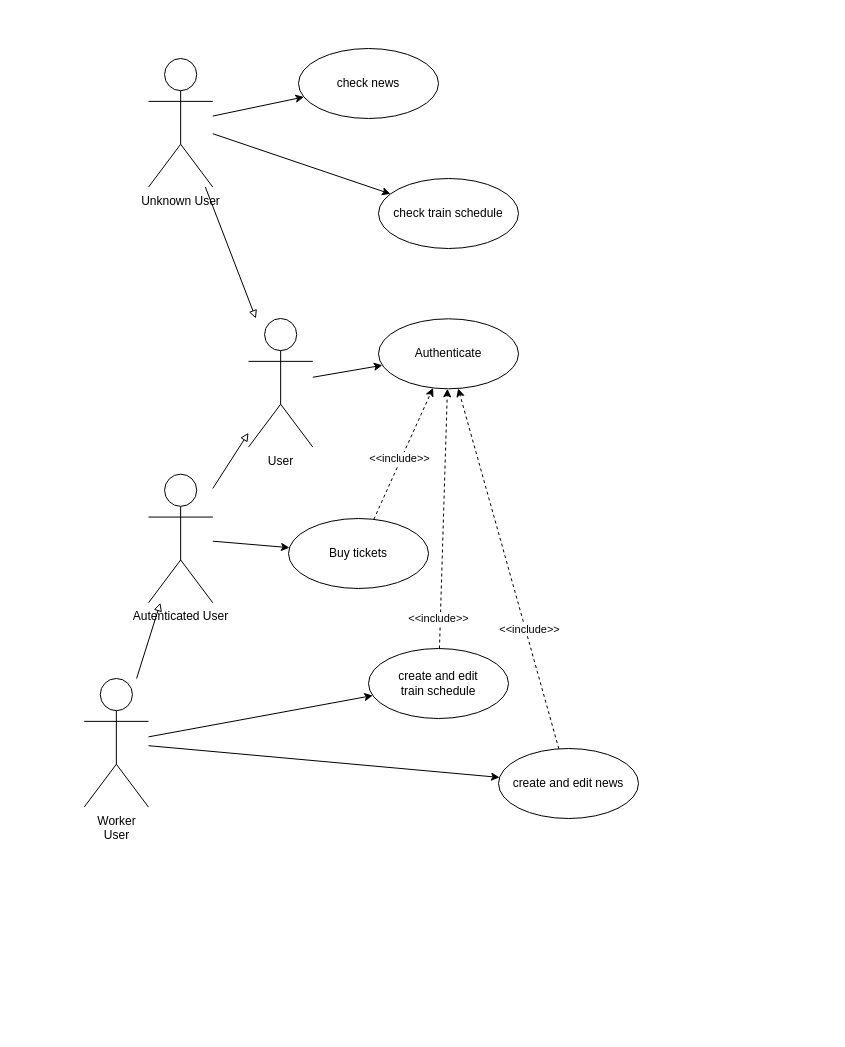
This is lab2/UC_diagram.drawio from quitefoggy/monkey_fell_in_love, a draw.io file, before an edit. Source tidied: cells renumbered, new cells numbered last; positions are measured from the earlier drawing's top-left corner, leaving out a move shared by most shapes. Both pictures are drawn from the tidied source at 100%, with x=0, y=0 at pixel (84, 48).
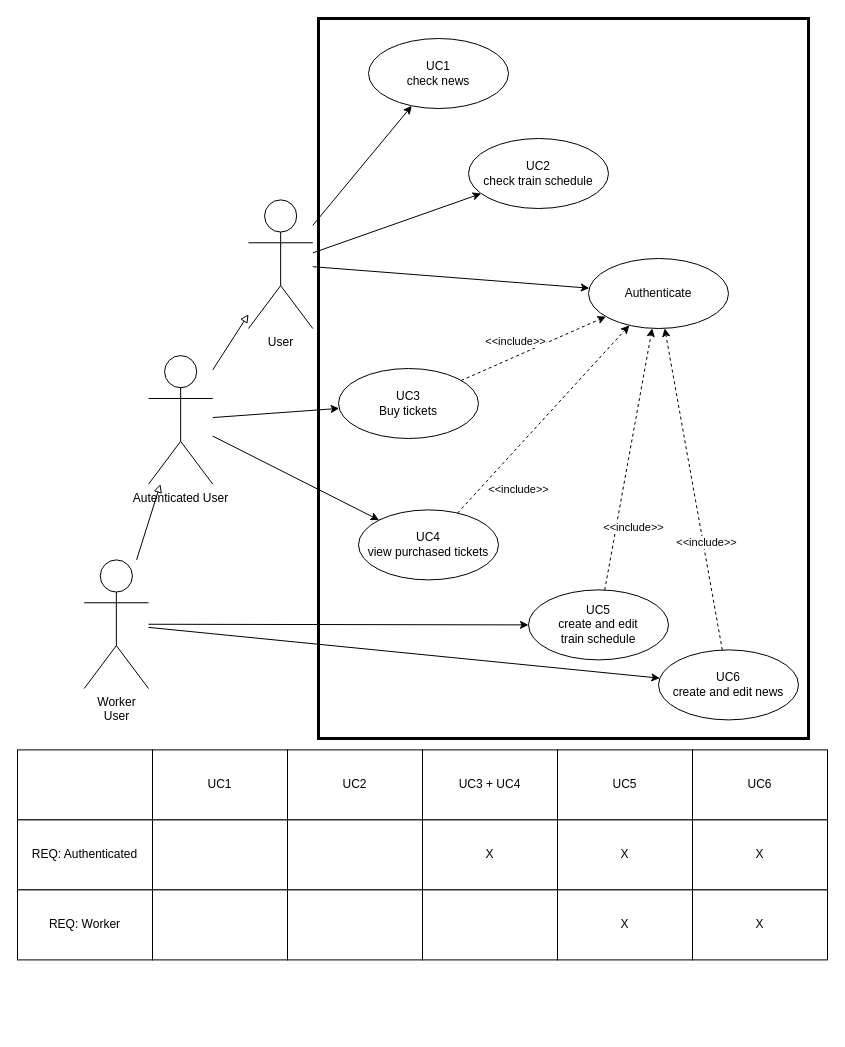
After the change.

Commit message (it also covers changes not shown here):
Додав EARS+NFR до лаб 2, також додав власне UC таблицю до drawio діаграми

The change refers to these unchanged cells:
```xml
<mxCell id="23" style="rounded=0;jettySize=auto;html=1;defaultLabelBackgroundColor=page;dashed=1;" parent="1" edge="1" source="11" target="7">
  <mxGeometry relative="1" as="geometry" />
</mxCell>
```

The edit, as a diff of the source:
```diff
@@
+    <mxCell id="27" style="rounded=0;whiteSpace=wrap;html=1;fillColor=none;strokeWidth=3;" parent="1" vertex="1">
+      <mxGeometry x="234" y="-30" width="490" height="720" as="geometry" />
+    </mxCell>
     <mxCell id="2" value="User" style="shape=umlActor;verticalLabelPosition=bottom;verticalAlign=top;html=1;labelPerimeter=1;" parent="1" vertex="1">
-      <mxGeometry x="164" y="270" width="64.3" height="128.6" as="geometry" />
+      <mxGeometry x="164" y="151.4" width="64.3" height="128.6" as="geometry" />
     </mxCell>
-    <mxCell id="3" value="Unknown&amp;nbsp;&lt;span style=&quot;background-color: transparent; color: light-dark(#000000, var(--ge-light-color, #ffffff));&quot;&gt;User&lt;/span&gt;" style="shape=umlActor;verticalLabelPosition=bottom;verticalAlign=top;html=1;labelPerimeter=1;" parent="1" vertex="1">
-      <mxGeometry x="64" y="10" width="64.3" height="128.6" as="geometry" />
-    </mxCell>
@@
     <mxCell id="5" value="Worker&lt;div&gt;&lt;div&gt;&lt;span style=&quot;background-color: transparent; color: light-dark(#000000, var(--ge-light-color, #ffffff));&quot;&gt;User&lt;/span&gt;&lt;/div&gt;&lt;/div&gt;" style="shape=umlActor;verticalLabelPosition=bottom;verticalAlign=top;html=1;labelPerimeter=1;" parent="1" vertex="1">
-      <mxGeometry x="-0.3" y="630" width="64.3" height="128.6" as="geometry" />
+      <mxGeometry x="-0.3" y="511.4" width="64.3" height="128.6" as="geometry" />
     </mxCell>
     <mxCell id="6" value="Autenticated User" style="shape=umlActor;verticalLabelPosition=bottom;verticalAlign=top;html=1;labelPerimeter=1;" parent="1" vertex="1">
-      <mxGeometry x="64" y="425.7" width="64.3" height="128.6" as="geometry" />
+      <mxGeometry x="64" y="307.1" width="64.3" height="128.6" as="geometry" />
     </mxCell>
     <mxCell id="7" value="Authenticate" style="ellipse;whiteSpace=wrap;html=1;" parent="1" vertex="1">
-      <mxGeometry x="294" y="270.3" width="140" height="70" as="geometry" />
+      <mxGeometry x="504" y="210" width="140" height="70" as="geometry" />
     </mxCell>
-    <mxCell id="8" value="Buy tickets" style="ellipse;whiteSpace=wrap;html=1;" parent="1" vertex="1">
-      <mxGeometry x="204" y="470" width="140" height="70" as="geometry" />
+    <mxCell id="8" value="UC3&lt;div&gt;Buy tickets&lt;/div&gt;" style="ellipse;whiteSpace=wrap;html=1;" parent="1" vertex="1">
+      <mxGeometry x="254" y="320" width="140" height="70" as="geometry" />
     </mxCell>
-    <mxCell id="9" value="check news" style="ellipse;whiteSpace=wrap;html=1;" parent="1" vertex="1">
-      <mxGeometry x="214" width="140" height="70" as="geometry" />
+    <mxCell id="9" value="UC1&lt;div&gt;check news&lt;/div&gt;" style="ellipse;whiteSpace=wrap;html=1;" parent="1" vertex="1">
+      <mxGeometry x="284" y="-10" width="140" height="70" as="geometry" />
     </mxCell>
-    <mxCell id="10" value="check train schedule" style="ellipse;whiteSpace=wrap;html=1;" parent="1" vertex="1">
-      <mxGeometry x="294" y="130" width="140" height="70" as="geometry" />
+    <mxCell id="10" value="UC2&lt;div&gt;check train schedule&lt;/div&gt;" style="ellipse;whiteSpace=wrap;html=1;" parent="1" vertex="1">
+      <mxGeometry x="384" y="90" width="140" height="70" as="geometry" />
     </mxCell>
-    <mxCell id="11" value="create and edit&lt;div&gt;train schedule&lt;/div&gt;" style="ellipse;whiteSpace=wrap;html=1;" parent="1" vertex="1">
-      <mxGeometry x="284" y="600" width="140" height="70" as="geometry" />
+    <mxCell id="11" value="UC5&lt;div&gt;create and edit&lt;div&gt;train schedule&lt;/div&gt;&lt;/div&gt;" style="ellipse;whiteSpace=wrap;html=1;" parent="1" vertex="1">
+      <mxGeometry x="444" y="541.4" width="140" height="70" as="geometry" />
     </mxCell>
-    <mxCell id="12" value="create and edit news" style="ellipse;whiteSpace=wrap;html=1;" parent="1" vertex="1">
-      <mxGeometry x="414" y="700" width="140" height="70" as="geometry" />
+    <mxCell id="12" value="UC6&lt;div&gt;create and edit news&lt;/div&gt;" style="ellipse;whiteSpace=wrap;html=1;" parent="1" vertex="1">
+      <mxGeometry x="574" y="601.4" width="140" height="70" as="geometry" />
     </mxCell>
@@
-    <mxCell id="16" style="rounded=0;jettySize=auto;html=1;defaultLabelBackgroundColor=page;" parent="1" edge="1" source="3" target="9">
+    <mxCell id="16" style="rounded=0;jettySize=auto;html=1;defaultLabelBackgroundColor=page;" parent="1" edge="1" source="2" target="9">
       <mxGeometry relative="1" as="geometry" />
     </mxCell>
-    <mxCell id="17" style="rounded=0;jettySize=auto;html=1;defaultLabelBackgroundColor=page;" parent="1" edge="1" source="3" target="10">
+    <mxCell id="17" style="rounded=0;jettySize=auto;html=1;defaultLabelBackgroundColor=page;" parent="1" edge="1" source="2" target="10">
       <mxGeometry relative="1" as="geometry" />
     </mxCell>
@@
-    <mxCell id="19" style="rounded=0;jettySize=auto;html=1;defaultLabelBackgroundColor=page;endArrow=block;endFill=0;" parent="1" edge="1" source="3" target="2">
-      <mxGeometry relative="1" as="geometry" />
-    </mxCell>
@@
     <mxCell id="24" value="&amp;lt;&amp;lt;include&amp;gt;&amp;gt;" style="edgeLabel;html=1;align=center;verticalAlign=middle;inheritText=1;defaultLabelBackgroundColor=page;" parent="23" vertex="1">
       <mxGeometry x="-0.34" y="2" relative="1" as="geometry">
-        <mxPoint x="-2" y="56" as="offset" />
+        <mxPoint x="15" y="24" as="offset" />
       </mxGeometry>
     </mxCell>
@@
+    <mxCell id="28" style="group;" parent="1" vertex="1">
+      <mxGeometry x="-67" y="701.4" width="810" height="280" as="geometry" />
+    </mxCell>
+    <mxCell id="29" style="rounded=0;whiteSpace=wrap;html=1;" parent="28" vertex="1">
+      <mxGeometry width="135" height="70" as="geometry" />
+    </mxCell>
+    <mxCell id="30" value="UC1" style="rounded=0;whiteSpace=wrap;html=1;" parent="28" vertex="1">
+      <mxGeometry x="135" width="135" height="70" as="geometry" />
+    </mxCell>
+    <mxCell id="31" value="UC2" style="rounded=0;whiteSpace=wrap;html=1;" parent="28" vertex="1">
+      <mxGeometry x="270" width="135" height="70" as="geometry" />
+    </mxCell>
+    <mxCell id="32" value="REQ: Authenticated" style="rounded=0;whiteSpace=wrap;html=1;" parent="28" vertex="1">
+      <mxGeometry y="70" width="135" height="70" as="geometry" />
+    </mxCell>
+    <mxCell id="33" style="rounded=0;whiteSpace=wrap;html=1;" parent="28" vertex="1">
+      <mxGeometry x="135" y="70" width="135" height="70" as="geometry" />
+    </mxCell>
+    <mxCell id="34" style="rounded=0;whiteSpace=wrap;html=1;" parent="28" vertex="1">
+      <mxGeometry x="270" y="70" width="135" height="70" as="geometry" />
+    </mxCell>
+    <mxCell id="35" value="REQ: Worker" style="rounded=0;whiteSpace=wrap;html=1;" parent="28" vertex="1">
+      <mxGeometry y="140" width="135" height="70" as="geometry" />
+    </mxCell>
+    <mxCell id="36" style="rounded=0;whiteSpace=wrap;html=1;" parent="28" vertex="1">
+      <mxGeometry x="135" y="140" width="135" height="70" as="geometry" />
+    </mxCell>
+    <mxCell id="37" style="rounded=0;whiteSpace=wrap;html=1;" parent="28" vertex="1">
+      <mxGeometry x="270" y="140" width="135" height="70" as="geometry" />
+    </mxCell>
+    <mxCell id="38" value="UC3 + UC4" style="rounded=0;whiteSpace=wrap;html=1;" parent="28" vertex="1">
+      <mxGeometry x="405" width="135" height="70" as="geometry" />
+    </mxCell>
+    <mxCell id="39" value="X" style="rounded=0;whiteSpace=wrap;html=1;" parent="28" vertex="1">
+      <mxGeometry x="405" y="70" width="135" height="70" as="geometry" />
+    </mxCell>
+    <mxCell id="40" style="rounded=0;whiteSpace=wrap;html=1;" parent="28" vertex="1">
+      <mxGeometry x="405" y="140" width="135" height="70" as="geometry" />
+    </mxCell>
+    <mxCell id="41" value="UC5" style="rounded=0;whiteSpace=wrap;html=1;" parent="28" vertex="1">
+      <mxGeometry x="540" width="135" height="70" as="geometry" />
+    </mxCell>
+    <mxCell id="42" value="X" style="rounded=0;whiteSpace=wrap;html=1;" parent="28" vertex="1">
+      <mxGeometry x="540" y="70" width="135" height="70" as="geometry" />
+    </mxCell>
+    <mxCell id="43" value="X" style="rounded=0;whiteSpace=wrap;html=1;" parent="28" vertex="1">
+      <mxGeometry x="540" y="140" width="135" height="70" as="geometry" />
+    </mxCell>
+    <mxCell id="44" value="UC6" style="rounded=0;whiteSpace=wrap;html=1;" parent="28" vertex="1">
+      <mxGeometry x="675" width="135" height="70" as="geometry" />
+    </mxCell>
+    <mxCell id="45" value="X" style="rounded=0;whiteSpace=wrap;html=1;" parent="28" vertex="1">
+      <mxGeometry x="675" y="70" width="135" height="70" as="geometry" />
+    </mxCell>
+    <mxCell id="46" value="X" style="rounded=0;whiteSpace=wrap;html=1;" parent="28" vertex="1">
+      <mxGeometry x="675" y="140" width="135" height="70" as="geometry" />
+    </mxCell>
+    <mxCell id="47" value="UC4&lt;div&gt;view purchased tickets&lt;/div&gt;" style="ellipse;whiteSpace=wrap;html=1;" parent="1" vertex="1">
+      <mxGeometry x="274" y="461.4" width="140" height="70" as="geometry" />
+    </mxCell>
+    <mxCell id="48" style="rounded=0;jettySize=auto;html=1;defaultLabelBackgroundColor=page;" parent="1" edge="1" source="6" target="47">
+      <mxGeometry relative="1" as="geometry" />
+    </mxCell>
+    <mxCell id="49" style="rounded=0;jettySize=auto;html=1;defaultLabelBackgroundColor=page;dashed=1;" parent="1" edge="1" source="47" target="7">
+      <mxGeometry relative="1" as="geometry" />
+    </mxCell>
+    <mxCell id="50" value="&amp;lt;&amp;lt;include&amp;gt;&amp;gt;" style="edgeLabel;html=1;align=center;verticalAlign=middle;inheritText=1;defaultLabelBackgroundColor=page;" parent="49" vertex="1">
+      <mxGeometry x="-0.34" y="2" relative="1" as="geometry">
+        <mxPoint x="5" y="39" as="offset" />
+      </mxGeometry>
+    </mxCell>
```
